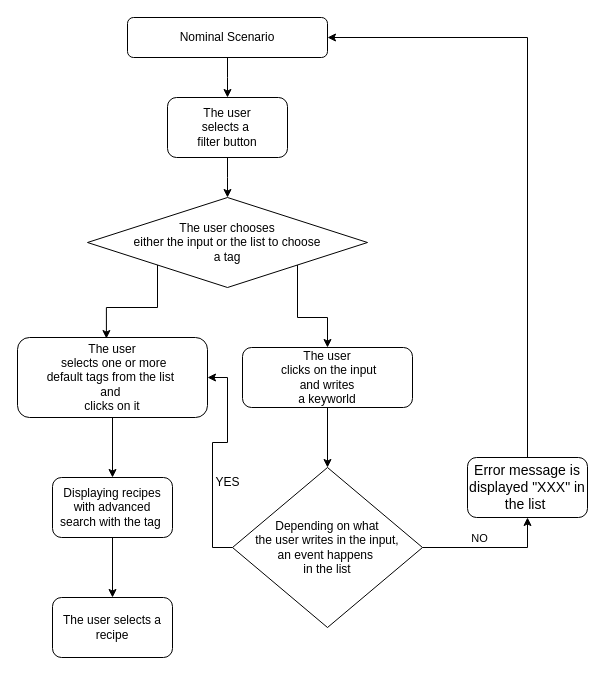
Before: RecipeSearchByButtonFilterDiagram.drawio in Tigershark936/Les_petits_plats_D-veloppez_un_algorithme_de_recherche_en_JavaScript, a draw.io diagram. Source tidied: cells renumbered, new cells numbered last; positions are measured from the earlier drawing's top-left corner, leaving out a move shared by most shapes. Both pictures are drawn from the tidied source at 100%, with x=0, y=0 at pixel (17, 17).
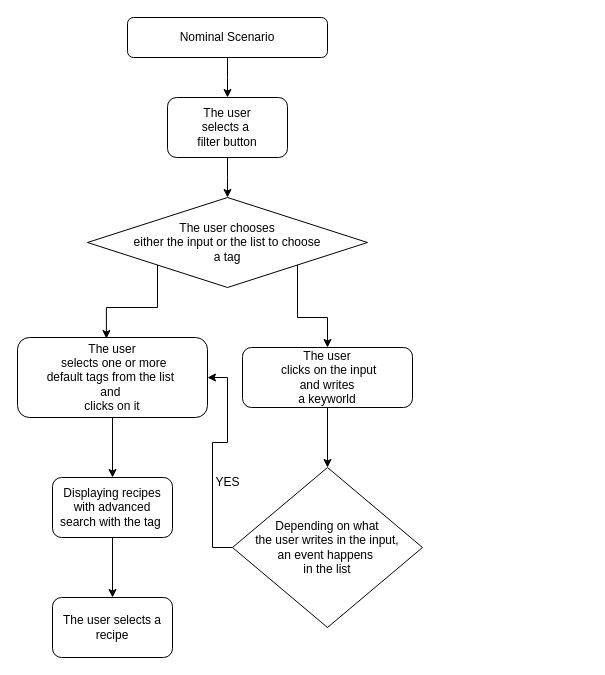
After the change.

Commit message:
Mettre à jour RecipeSearchByButtonFilterDiagram.drawio

Unchanged cells that the change refers to:
```xml
<mxCell id="3" value="Nominal Scenario" style="rounded=1;whiteSpace=wrap;html=1;fontSize=12;glass=0;strokeWidth=1;shadow=0;" parent="1" vertex="1">
  <mxGeometry x="110" width="200" height="40" as="geometry" />
</mxCell>
<mxCell id="17" value="Depending on what&lt;div&gt;&amp;nbsp;the user writes in the input,&amp;nbsp;&lt;/div&gt;&lt;div&gt;an event happens&amp;nbsp;&lt;/div&gt;&lt;div&gt;in the list&lt;/div&gt;" style="rhombus;whiteSpace=wrap;html=1;" parent="1" vertex="1">
  <mxGeometry x="215" y="450" width="190" height="160" as="geometry" />
</mxCell>
```

The edit, as a diff of the source:
```diff
@@
-    <mxCell id="9" style="edgeStyle=orthogonalEdgeStyle;rounded=0;jettySize=auto;html=1;exitX=0.5;exitY=0;exitDx=0;exitDy=0;entryX=1;entryY=0.5;entryDx=0;entryDy=0;" parent="1" edge="1" source="10" target="3">
-      <mxGeometry relative="1" as="geometry" />
-    </mxCell>
-    <mxCell id="10" value="&lt;font style=&quot;font-size: 14px;&quot;&gt;Error message is displayed &quot;XXX&quot; in the list&amp;nbsp;&lt;/font&gt;" style="rounded=1;whiteSpace=wrap;html=1;" parent="1" vertex="1">
-      <mxGeometry x="450" y="440" width="120" height="60" as="geometry" />
-    </mxCell>
@@
-    <mxCell id="14" style="edgeStyle=orthogonalEdgeStyle;rounded=0;jettySize=auto;html=1;exitX=1;exitY=0.5;exitDx=0;exitDy=0;entryX=0.5;entryY=1;entryDx=0;entryDy=0;" parent="1" edge="1" source="17" target="10">
-      <mxGeometry relative="1" as="geometry" />
-    </mxCell>
-    <mxCell id="15" value="NO" style="edgeLabel;html=1;align=center;verticalAlign=middle;" parent="14" vertex="1">
-      <mxGeometry x="-0.4" y="-2" relative="1" as="geometry">
-        <mxPoint x="15" y="-12" as="offset" />
-      </mxGeometry>
-    </mxCell>
```
